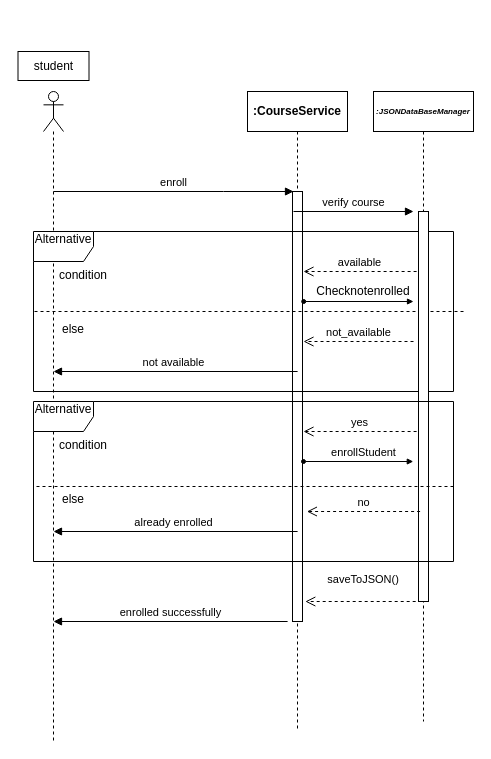
Above: docs/uml/sequence-diagram.drawio in mohandLOL1/skillforge (draw.io), before the change. Source tidied: cells renumbered, new cells numbered last; positions are measured from the earlier drawing's top-left corner, leaving out a move shared by most shapes. Both pictures are drawn from the tidied source at 100%, with x=0, y=0 at pixel (17, 31).
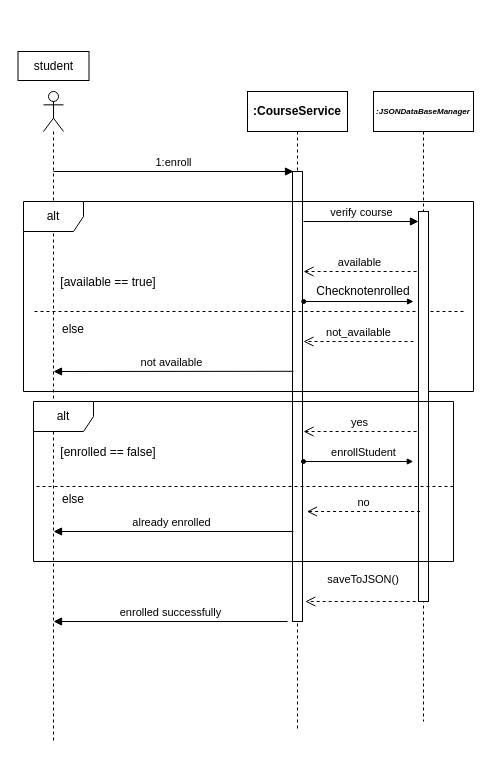
Above is the later version.

The change refers to these unchanged cells:
```xml
<mxCell id="2" value="&lt;div&gt;&lt;span style=&quot;font-weight: 700;&quot;&gt;:CourseService&lt;/span&gt;&lt;/div&gt;" style="shape=umlLifeline;perimeter=lifelinePerimeter;whiteSpace=wrap;html=1;newEdgeStyle={&quot;curved&quot;:0,&quot;rounded&quot;:0};" parent="1" vertex="1">
  <mxGeometry x="230" y="60" width="100" height="640" as="geometry" />
</mxCell>
```

What changed in the source:
```diff
@@
-    <mxCell id="3" style="html=1;perimeter=orthogonalPerimeter;targetShapes=umlLifeline;newEdgeStyle={&quot;curved&quot;:0,&quot;rounded&quot;:0};" parent="2" vertex="1">
-      <mxGeometry x="45" y="100" width="10" height="430" as="geometry" />
-    </mxCell>
+    <mxCell id="29" style="html=1;points=[[0,0,0,0,5],[0,1,0,0,-5],[1,0,0,0,5],[1,1,0,0,-5]];perimeter=orthogonalPerimeter;outlineConnect=0;targetShapes=umlLifeline;portConstraint=eastwest;newEdgeStyle={&quot;curved&quot;:0,&quot;rounded&quot;:0};" parent="2" vertex="1">
+      <mxGeometry x="45" y="80" width="10" height="450" as="geometry" />
+    </mxCell>
@@
-    <mxCell id="6" value="Alternative&lt;div&gt;&lt;br&gt;&lt;/div&gt;" style="shape=umlFrame;whiteSpace=wrap;html=1;" parent="1" vertex="1">
-      <mxGeometry x="16" y="200" width="420" height="160" as="geometry" />
-    </mxCell>
-    <mxCell id="7" value="condition&lt;div&gt;&lt;br&gt;&lt;/div&gt;" style="text;html=1;whiteSpace=wrap;strokeColor=none;fillColor=none;align=center;verticalAlign=middle;rounded=0;" parent="1" vertex="1">
-      <mxGeometry x="36" y="250" width="60" as="geometry" />
-    </mxCell>
+    <mxCell id="30" value="&lt;div&gt;alt&lt;/div&gt;" style="shape=umlFrame;whiteSpace=wrap;html=1;" parent="1" vertex="1">
+      <mxGeometry x="6" y="170" width="450" height="190" as="geometry" />
+    </mxCell>
+    <mxCell id="31" value="&lt;div&gt;[available == true]&lt;/div&gt;" style="text;html=1;whiteSpace=wrap;strokeColor=none;fillColor=none;align=center;verticalAlign=middle;rounded=0;" parent="1" vertex="1">
+      <mxGeometry x="36" y="250" width="110" as="geometry" />
+    </mxCell>
@@
-    <mxCell id="11" value="&lt;div&gt;&lt;br&gt;&lt;/div&gt;" style="html=1;verticalAlign=bottom;startArrow=oval;startFill=1;endArrow=block;startSize=4;curved=0;rounded=0;endSize=4;" parent="1" edge="1">
-      <mxGeometry y="90" relative="1" as="geometry">
-        <mxPoint x="286.2" y="270" as="sourcePoint" />
-        <mxPoint x="396" y="270" as="targetPoint" />
-      </mxGeometry>
-    </mxCell>
+    <mxCell id="32" value="&lt;div&gt;&lt;br&gt;&lt;/div&gt;" style="html=1;verticalAlign=bottom;startArrow=oval;startFill=1;endArrow=block;startSize=4;curved=0;rounded=0;endSize=4;" parent="1" edge="1">
+      <mxGeometry y="90" relative="1" as="geometry">
+        <mxPoint x="286.2" y="270" as="sourcePoint" />
+        <mxPoint x="396" y="270" as="targetPoint" />
+      </mxGeometry>
+    </mxCell>
@@
-    <mxCell id="17" value="not available" style="html=1;verticalAlign=bottom;endArrow=block;curved=0;rounded=0;" parent="1" edge="1">
+    <mxCell id="17" value="not available" style="html=1;verticalAlign=bottom;endArrow=block;curved=0;rounded=0;exitX=0.1;exitY=0.444;exitDx=0;exitDy=0;exitPerimeter=0;" parent="1" edge="1" source="29">
       <mxGeometry x="0.02" relative="1" as="geometry">
-        <mxPoint x="280.1" y="340" as="sourcePoint" />
         <mxPoint x="36" y="340" as="targetPoint" />
       </mxGeometry>
     </mxCell>
-    <mxCell id="18" value="enroll" style="html=1;verticalAlign=bottom;endArrow=block;curved=0;rounded=0;" parent="1" edge="1">
-      <mxGeometry relative="1" as="geometry">
-        <mxPoint x="36" y="160" as="sourcePoint" />
-        <mxPoint x="276" y="160" as="targetPoint" />
-        <Array as="points">
-          <mxPoint x="206" y="160" />
-        </Array>
-      </mxGeometry>
-    </mxCell>
+    <mxCell id="33" value="1:enroll" style="html=1;verticalAlign=bottom;endArrow=block;curved=0;rounded=0;" parent="1" edge="1">
+      <mxGeometry relative="1" as="geometry">
+        <mxPoint x="36" y="140" as="sourcePoint" />
+        <mxPoint x="276" y="140" as="targetPoint" />
+      </mxGeometry>
+    </mxCell>
@@
     <mxCell id="20" value="verify course" style="html=1;verticalAlign=bottom;endArrow=block;curved=0;rounded=0;" parent="1" edge="1">
       <mxGeometry relative="1" as="geometry">
-        <mxPoint x="276" y="180" as="sourcePoint" />
-        <mxPoint x="396" y="180" as="targetPoint" />
+        <mxPoint x="286" y="190" as="sourcePoint" />
+        <mxPoint x="401" y="190" as="targetPoint" />
       </mxGeometry>
     </mxCell>
-    <mxCell id="21" value="Alternative&lt;div&gt;&lt;br&gt;&lt;/div&gt;" style="shape=umlFrame;whiteSpace=wrap;html=1;" parent="1" vertex="1">
-      <mxGeometry x="16" y="370" width="420" height="160" as="geometry" />
-    </mxCell>
-    <mxCell id="22" value="condition&lt;div&gt;&lt;br&gt;&lt;/div&gt;" style="text;html=1;whiteSpace=wrap;strokeColor=none;fillColor=none;align=center;verticalAlign=middle;rounded=0;" parent="1" vertex="1">
-      <mxGeometry x="36" y="420" width="60" as="geometry" />
-    </mxCell>
+    <mxCell id="34" value="&lt;div&gt;alt&lt;/div&gt;" style="shape=umlFrame;whiteSpace=wrap;html=1;" parent="1" vertex="1">
+      <mxGeometry x="16" y="370" width="420" height="160" as="geometry" />
+    </mxCell>
+    <mxCell id="35" value="[enrolled == false]" style="text;html=1;whiteSpace=wrap;strokeColor=none;fillColor=none;align=center;verticalAlign=middle;rounded=0;" parent="1" vertex="1">
+      <mxGeometry x="36" y="420" width="110" as="geometry" />
+    </mxCell>
@@
     <mxCell id="28" value="already enrolled" style="html=1;verticalAlign=bottom;endArrow=block;curved=0;rounded=0;" parent="1" edge="1">
       <mxGeometry x="0.02" relative="1" as="geometry">
-        <mxPoint x="280.1" y="500" as="sourcePoint" />
+        <mxPoint x="276" y="500" as="sourcePoint" />
         <mxPoint x="36" y="500" as="targetPoint" />
       </mxGeometry>
     </mxCell>
```
